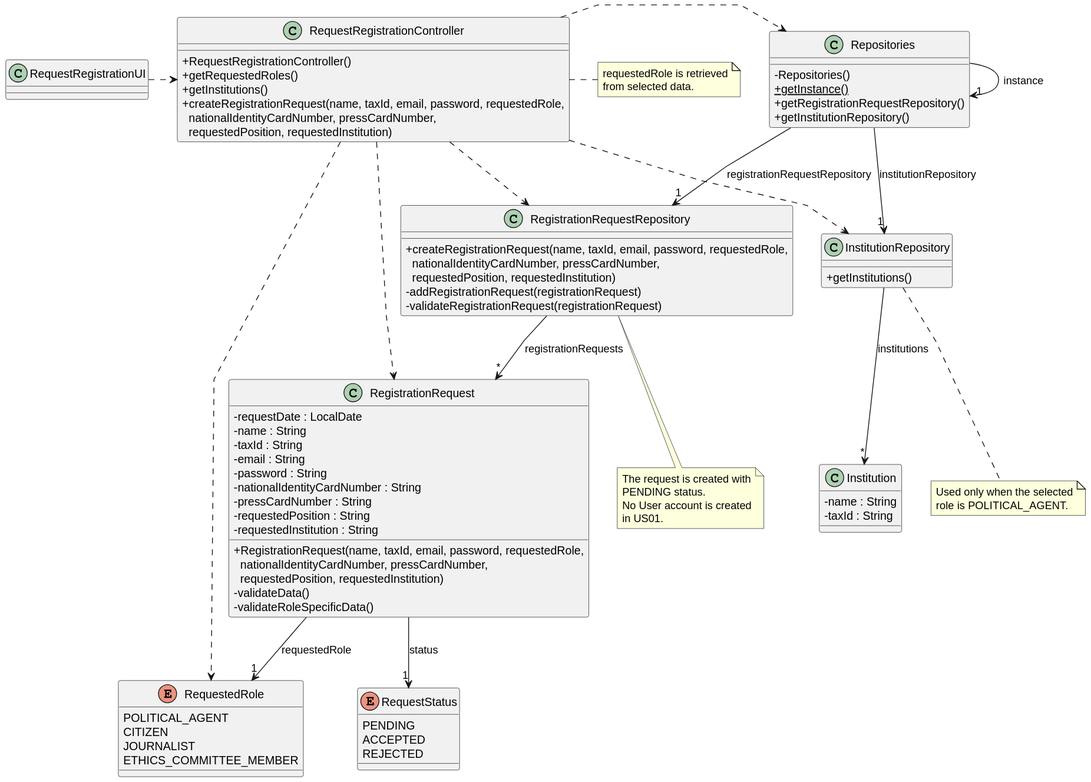
Above: docs/system-documentation/US01/03.design/svg/US01-CD.svg in Departamento-de-Engenharia-Informatica/sem2-pi-25-26-g096-repo (PlantUML), before the change.
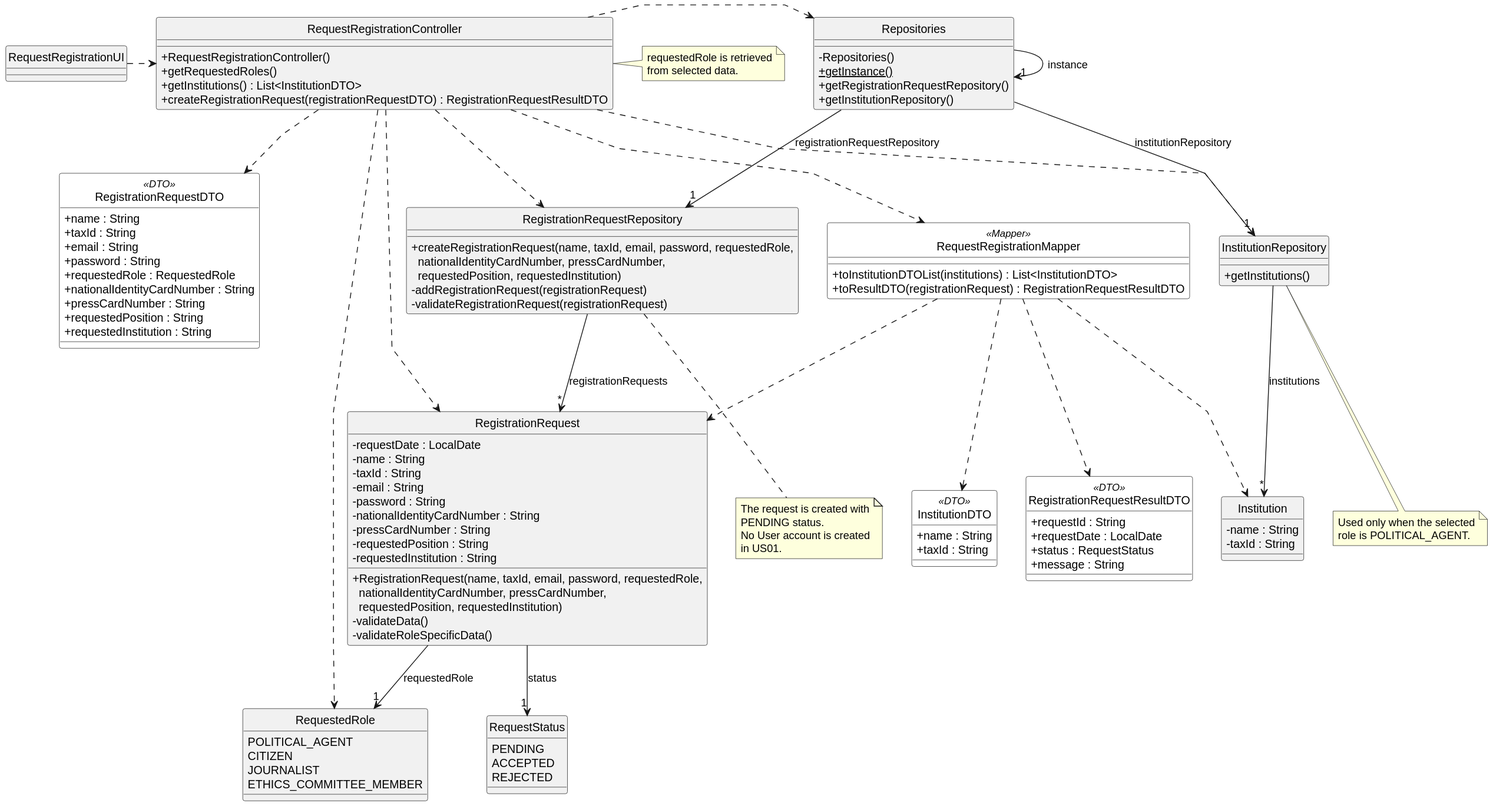
Above is the later version.

Change to the diagram source:
```diff
@@ -4,6 +4,12 @@
 skinparam linetype polyline
 
 skinparam classAttributeIconSize 0
+hide circle
+
+skinparam class {
+    BackgroundColor<<DTO>> White
+    BackgroundColor<<Mapper>> White
+}
 
 enum RequestedRole {
     POLITICAL_AGENT
@@ -39,6 +45,35 @@
     - taxId : String
 }
 
+class RegistrationRequestDTO <<DTO>> {
+    + name : String
+    + taxId : String
+    + email : String
+    + password : String
+    + requestedRole : RequestedRole
+    + nationalIdentityCardNumber : String
+    + pressCardNumber : String
+    + requestedPosition : String
+    + requestedInstitution : String
+}
+
+class InstitutionDTO <<DTO>> {
+    + name : String
+    + taxId : String
+}
+
+class RegistrationRequestResultDTO <<DTO>> {
+    + requestId : String
+    + requestDate : LocalDate
+    + status : RequestStatus
+    + message : String
+}
+
+class RequestRegistrationMapper <<Mapper>> {
+    + toInstitutionDTOList(institutions) : List<InstitutionDTO>
+    + toResultDTO(registrationRequest) : RegistrationRequestResultDTO
+}
+
 class RegistrationRequestRepository {
     + createRegistrationRequest(name, taxId, email, password, requestedRole,\n  nationalIdentityCardNumber, pressCardNumber,\n  requestedPosition, requestedInstitution)
     - addRegistrationRequest(registrationRequest)
@@ -59,8 +94,8 @@
 class RequestRegistrationController {
     + RequestRegistrationController()
     + getRequestedRoles()
-    + getInstitutions()
-    + createRegistrationRequest(name, taxId, email, password, requestedRole,\n  nationalIdentityCardNumber, pressCardNumber,\n  requestedPosition, requestedInstitution)
+    + getInstitutions() : List<InstitutionDTO>
+    + createRegistrationRequest(registrationRequestDTO) : RegistrationRequestResultDTO
 }
 
 note right of RequestRegistrationController
@@ -90,6 +125,8 @@
 RequestRegistrationController ..> InstitutionRepository
 RequestRegistrationController ..> RegistrationRequest
 RequestRegistrationController ..> RequestedRole
+RequestRegistrationController ..> RegistrationRequestDTO
+RequestRegistrationController ..> RequestRegistrationMapper
 
 Repositories -> "1" Repositories : instance
 Repositories --> "1" RegistrationRequestRepository : registrationRequestRepository
@@ -99,6 +136,11 @@
 
 InstitutionRepository --> "*" Institution : institutions
 
+RequestRegistrationMapper ..> Institution
+RequestRegistrationMapper ..> InstitutionDTO
+RequestRegistrationMapper ..> RegistrationRequest
+RequestRegistrationMapper ..> RegistrationRequestResultDTO
+
 RegistrationRequest --> "1" RequestedRole : requestedRole
 RegistrationRequest --> "1" RequestStatus : status
 @enduml
```
